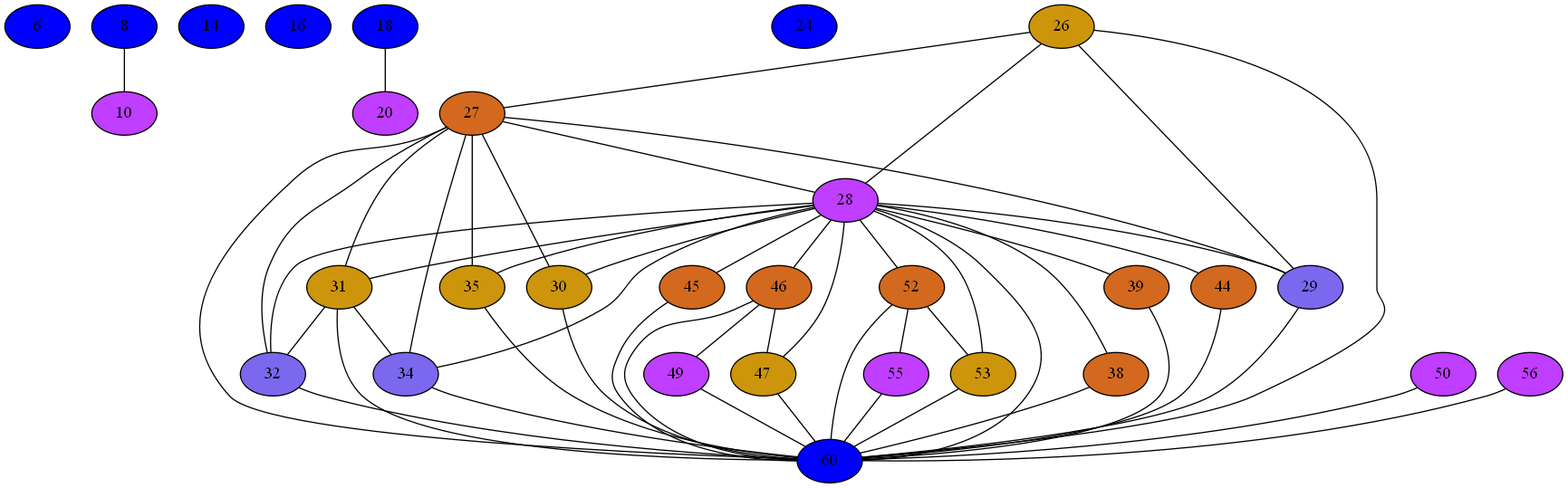
Before: Compiler/3iGraph.png, a diagram exported from Graphviz (mbajaj92/Project-Astoria). Its source is kept beside it as Compiler/3iGraph.dot.
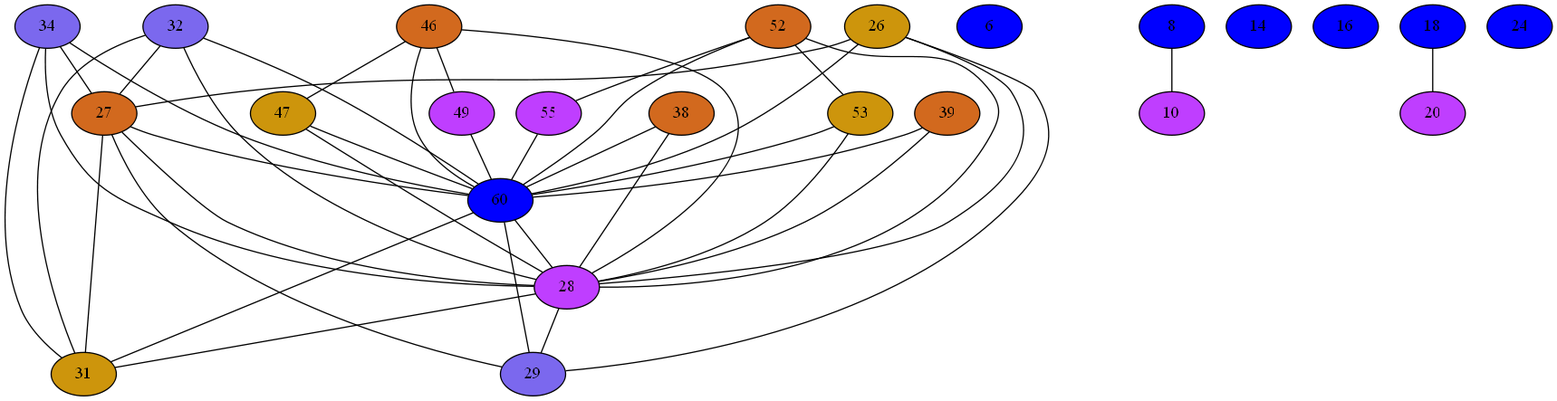
After the commit.

The edit, as a diff of the source:
```diff
@@ -1,64 +1,4 @@
 strict graph {
-6[label="6" style=filled fillcolor="blue1"];
-8[label="8" style=filled fillcolor="blue1"];
-8 -- 10
-10[label="10" style=filled fillcolor="darkorchid1"];
-10 -- 8
-14[label="14" style=filled fillcolor="blue1"];
-16[label="16" style=filled fillcolor="blue1"];
-18[label="18" style=filled fillcolor="blue1"];
-18 -- 20
-20[label="20" style=filled fillcolor="darkorchid1"];
-20 -- 18
-24[label="24" style=filled fillcolor="blue1"];
-26[label="26" style=filled fillcolor="darkgoldenrod3"];
-26 -- 27
-26 -- 28
-26 -- 60
-26 -- 29
-27[label="27" style=filled fillcolor="chocolate"];
-27 -- 32
-27 -- 34
-27 -- 35
-27 -- 26
-27 -- 28
-27 -- 60
-27 -- 29
-27 -- 30
-27 -- 31
-28[label="28" style=filled fillcolor="darkorchid1"];
-28 -- 32
-28 -- 34
-28 -- 35
-28 -- 38
-28 -- 39
-28 -- 44
-28 -- 45
-28 -- 46
-28 -- 47
-28 -- 52
-28 -- 53
-28 -- 26
-28 -- 27
-28 -- 60
-28 -- 29
-28 -- 30
-28 -- 31
-29[label="29" style=filled fillcolor="mediumslateblue"];
-29 -- 26
-29 -- 27
-29 -- 60
-29 -- 28
-30[label="30" style=filled fillcolor="darkgoldenrod3"];
-30 -- 27
-30 -- 60
-30 -- 28
-31[label="31" style=filled fillcolor="darkgoldenrod3"];
-31 -- 32
-31 -- 34
-31 -- 27
-31 -- 60
-31 -- 28
 32[label="32" style=filled fillcolor="mediumslateblue"];
 32 -- 27
 32 -- 60
@@ -69,22 +9,18 @@
 34 -- 60
 34 -- 28
 34 -- 31
-35[label="35" style=filled fillcolor="darkgoldenrod3"];
-35 -- 27
-35 -- 60
-35 -- 28
+6[label="6" style=filled fillcolor="blue1"];
 38[label="38" style=filled fillcolor="chocolate"];
 38 -- 60
 38 -- 28
 39[label="39" style=filled fillcolor="chocolate"];
 39 -- 60
 39 -- 28
-44[label="44" style=filled fillcolor="chocolate"];
-44 -- 60
-44 -- 28
-45[label="45" style=filled fillcolor="chocolate"];
-45 -- 60
-45 -- 28
+8[label="8" style=filled fillcolor="blue1"];
+8 -- 10
+10[label="10" style=filled fillcolor="darkorchid1"];
+10 -- 8
+14[label="14" style=filled fillcolor="blue1"];
 46[label="46" style=filled fillcolor="chocolate"];
 46 -- 49
 46 -- 60
@@ -94,11 +30,14 @@
 47 -- 60
 47 -- 28
 47 -- 46
+16[label="16" style=filled fillcolor="blue1"];
 49[label="49" style=filled fillcolor="darkorchid1"];
 49 -- 60
 49 -- 46
-50[label="50" style=filled fillcolor="darkorchid1"];
-50 -- 60
+18[label="18" style=filled fillcolor="blue1"];
+18 -- 20
+20[label="20" style=filled fillcolor="darkorchid1"];
+20 -- 18
 52[label="52" style=filled fillcolor="chocolate"];
 52 -- 53
 52 -- 55
@@ -111,28 +50,59 @@
 55[label="55" style=filled fillcolor="darkorchid1"];
 55 -- 52
 55 -- 60
-56[label="56" style=filled fillcolor="darkorchid1"];
-56 -- 60
+24[label="24" style=filled fillcolor="blue1"];
+26[label="26" style=filled fillcolor="darkgoldenrod3"];
+26 -- 27
+26 -- 28
+26 -- 60
+26 -- 29
+27[label="27" style=filled fillcolor="chocolate"];
+27 -- 32
+27 -- 34
+27 -- 26
+27 -- 28
+27 -- 60
+27 -- 29
+27 -- 31
 60[label="60" style=filled fillcolor="blue1"];
 60 -- 32
 60 -- 34
-60 -- 35
 60 -- 38
 60 -- 39
-60 -- 44
-60 -- 45
 60 -- 46
 60 -- 47
 60 -- 49
-60 -- 50
 60 -- 52
 60 -- 53
 60 -- 55
-60 -- 56
 60 -- 26
 60 -- 27
 60 -- 28
 60 -- 29
-60 -- 30
 60 -- 31
+28[label="28" style=filled fillcolor="darkorchid1"];
+28 -- 32
+28 -- 34
+28 -- 38
+28 -- 39
+28 -- 46
+28 -- 47
+28 -- 52
+28 -- 53
+28 -- 26
+28 -- 27
+28 -- 60
+28 -- 29
+28 -- 31
+29[label="29" style=filled fillcolor="mediumslateblue"];
+29 -- 26
+29 -- 27
+29 -- 60
+29 -- 28
+31[label="31" style=filled fillcolor="darkgoldenrod3"];
+31 -- 32
+31 -- 34
+31 -- 27
+31 -- 60
+31 -- 28
 }
```
